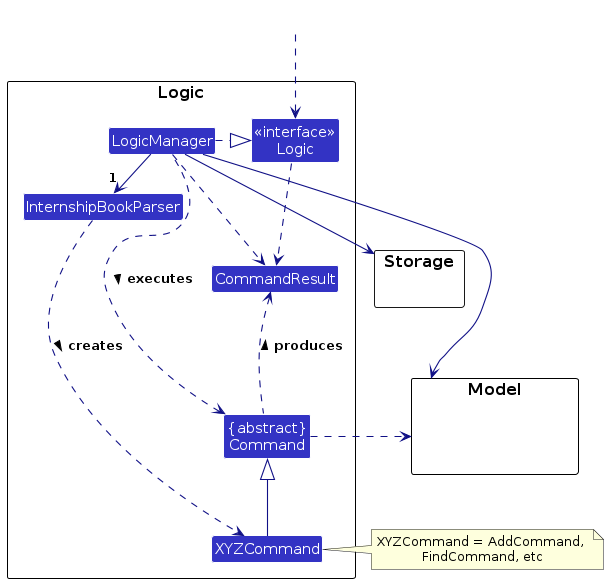
This is diagrams/LogicClassDiagram.png from AY2324S1-CS2103T-W17-1/tp, a PlantUML export, as it was before one commit. Its source is kept beside it as diagrams/LogicClassDiagram.puml.
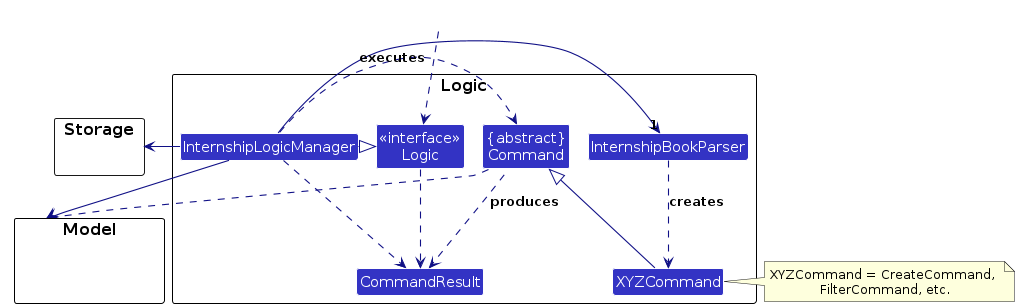
Above is the later version.

The edit, as a diff of the source:
```diff
@@ -1,4 +1,5 @@
 @startuml
+!pragma layout smetana
 !include style.puml
 skinparam arrowThickness 1.1
 skinparam arrowColor LOGIC_COLOR_T4
@@ -13,7 +14,7 @@
 
 
 Class "<<interface>>\nLogic" as Logic
-Class LogicManager
+Class InternshipLogicManager
 }
 
 package Model {
@@ -26,21 +27,21 @@
 Class HiddenOutside #FFFFFF
 HiddenOutside ..> Logic
 
-LogicManager .right.|> Logic
-LogicManager -right->"1" InternshipBookParser
+InternshipLogicManager .right.|> Logic
+InternshipLogicManager -right->"1" InternshipBookParser
 InternshipBookParser ..> XYZCommand : creates >
 
 XYZCommand -up-|> Command
-LogicManager .left.> Command : executes >
+InternshipLogicManager .left.> Command : executes >
 
-LogicManager --> Model
-LogicManager --> Storage
+InternshipLogicManager --> Model
+InternshipLogicManager --> Storage
 Storage --[hidden] Model
 Command .[hidden]up.> Storage
 Command .right.> Model
-note right of XYZCommand: XYZCommand = AddCommand, \nFindCommand, etc
+note right of XYZCommand: XYZCommand = CreateCommand, \nFilterCommand, etc.
 
 Logic ..> CommandResult
-LogicManager .down.> CommandResult
+InternshipLogicManager .down.> CommandResult
 Command .up.> CommandResult : produces >
 @enduml
```
